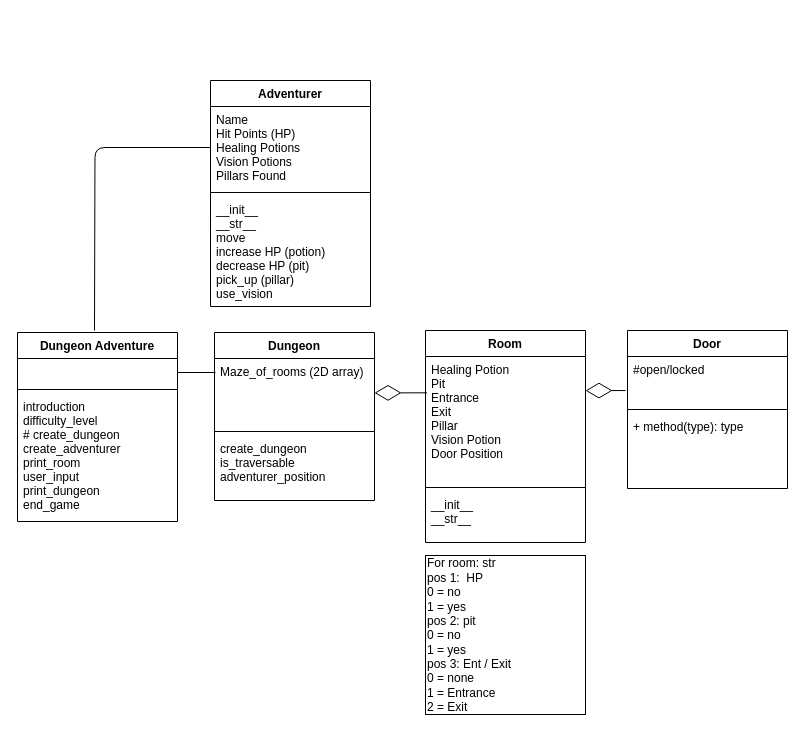
This is Dungeon of Doom.drawio from jstocks/dungeon, a draw.io file, before an edit. Source tidied: cells renumbered, new cells numbered last; positions are measured from the earlier drawing's top-left corner, leaving out a move shared by most shapes. Both pictures are drawn from the tidied source at 100%, with x=0, y=0 at pixel (17, 80).
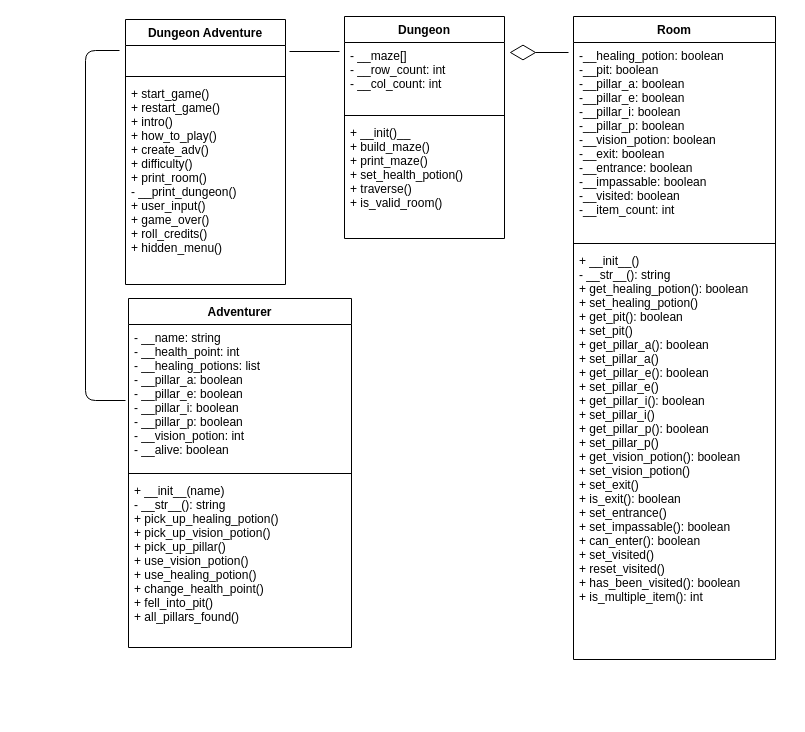
The same diagram, later.

What changed in the source:
```diff
@@
-    <mxCell id="2" value="Adventurer" style="swimlane;fontStyle=1;align=center;verticalAlign=top;horizontal=1;startSize=26;" parent="1" vertex="1">
-      <mxGeometry x="193" width="160" height="226" as="geometry" />
-    </mxCell>
-    <mxCell id="3" value="Name&#10;Hit Points (HP)&#10;Healing Potions&#10;Vision Potions&#10;Pillars Found" style="text;strokeColor=none;fillColor=none;align=left;verticalAlign=top;spacingLeft=4;spacingRight=4;overflow=hidden;points=[[0,0.5],[1,0.5]];portConstraint=eastwest;" parent="2" vertex="1">
-      <mxGeometry y="26" width="160" height="82" as="geometry" />
-    </mxCell>
-    <mxCell id="4" style="line;strokeWidth=1;fillColor=none;align=left;verticalAlign=middle;spacingTop=-1;spacingLeft=3;spacingRight=3;labelPosition=right;" parent="2" vertex="1">
-      <mxGeometry y="108" width="160" height="8" as="geometry" />
-    </mxCell>
-    <mxCell id="5" value="__init__&#10;__str__&#10;move&#10;increase HP (potion)&#10;decrease HP (pit)&#10;pick_up (pillar)&#10;use_vision" style="text;strokeColor=none;fillColor=none;align=left;verticalAlign=top;spacingLeft=4;spacingRight=4;overflow=hidden;" parent="2" vertex="1">
-      <mxGeometry y="116" width="160" height="110" as="geometry" />
-    </mxCell>
     <mxCell id="6" value="Room" style="swimlane;fontStyle=1;align=center;verticalAlign=top;horizontal=1;startSize=26;" parent="1" vertex="1">
-      <mxGeometry x="408" y="250" width="160" height="212" as="geometry" />
+      <mxGeometry x="556" y="-64" width="202" height="643" as="geometry" />
     </mxCell>
-    <mxCell id="7" value="Healing Potion &#10;Pit&#10;Entrance&#10;Exit&#10;Pillar&#10;Vision Potion&#10;Door Position" style="text;strokeColor=none;fillColor=none;align=left;verticalAlign=top;spacingLeft=4;spacingRight=4;overflow=hidden;points=[[0,0.5],[1,0.5]];portConstraint=eastwest;" parent="6" vertex="1">
-      <mxGeometry y="26" width="160" height="127" as="geometry" />
+    <mxCell id="7" value="-__healing_potion: boolean&#10;-__pit: boolean&#10;-__pillar_a: boolean&#10;-__pillar_e: boolean&#10;-__pillar_i: boolean&#10;-__pillar_p: boolean&#10;-__vision_potion: boolean&#10;-__exit: boolean&#10;-__entrance: boolean&#10;-__impassable: boolean&#10;-__visited: boolean&#10;-__item_count: int" style="text;strokeColor=none;fillColor=none;align=left;verticalAlign=top;spacingLeft=4;spacingRight=4;overflow=hidden;points=[[0,0.5],[1,0.5]];portConstraint=eastwest;" parent="6" vertex="1">
+      <mxGeometry y="26" width="202" height="197" as="geometry" />
     </mxCell>
     <mxCell id="8" style="line;strokeWidth=1;fillColor=none;align=left;verticalAlign=middle;spacingTop=-1;spacingLeft=3;spacingRight=3;labelPosition=right;" parent="6" vertex="1">
-      <mxGeometry y="153" width="160" height="8" as="geometry" />
+      <mxGeometry y="223" width="202" height="8" as="geometry" />
     </mxCell>
-    <mxCell id="9" value="__init__&#10;__str__&#10;" style="text;strokeColor=none;fillColor=none;align=left;verticalAlign=top;spacingLeft=4;spacingRight=4;overflow=hidden;" parent="6" vertex="1">
-      <mxGeometry y="161" width="160" height="51" as="geometry" />
+    <mxCell id="9" value="+ __init__()&#10;- __str__(): string&#10;+ get_healing_potion(): boolean&#10;+ set_healing_potion()&#10;+ get_pit(): boolean&#10;+ set_pit()&#10;+ get_pillar_a(): boolean&#10;+ set_pillar_a()&#10;+ get_pillar_e(): boolean&#10;+ set_pillar_e()&#10;+ get_pillar_i(): boolean&#10;+ set_pillar_i()&#10;+ get_pillar_p(): boolean&#10;+ set_pillar_p()&#10;+ get_vision_potion(): boolean&#10;+ set_vision_potion()&#10;+ set_exit()&#10;+ is_exit(): boolean&#10;+ set_entrance()&#10;+ set_impassable(): boolean&#10;+ can_enter(): boolean&#10;+ set_visited()&#10;+ reset_visited()&#10;+ has_been_visited(): boolean&#10;+ is_multiple_item(): int&#10;&#10;&#10;&#10;" style="text;strokeColor=none;fillColor=none;align=left;verticalAlign=top;spacingLeft=4;spacingRight=4;overflow=hidden;" parent="6" vertex="1">
+      <mxGeometry y="231" width="202" height="412" as="geometry" />
     </mxCell>
     <mxCell id="10" value="Dungeon" style="swimlane;fontStyle=1;align=center;verticalAlign=top;horizontal=1;startSize=26;" parent="1" vertex="1">
-      <mxGeometry x="197" y="252" width="160" height="168" as="geometry" />
+      <mxGeometry x="327" y="-64" width="160" height="222" as="geometry" />
     </mxCell>
-    <mxCell id="11" value="Maze_of_rooms (2D array)&#10;&#10;" style="text;strokeColor=none;fillColor=none;align=left;verticalAlign=top;spacingLeft=4;spacingRight=4;overflow=hidden;points=[[0,0.5],[1,0.5]];portConstraint=eastwest;" parent="10" vertex="1">
+    <mxCell id="11" value="- __maze[]&#10;- __row_count: int&#10;- __col_count: int" style="text;strokeColor=none;fillColor=none;align=left;verticalAlign=top;spacingLeft=4;spacingRight=4;overflow=hidden;points=[[0,0.5],[1,0.5]];portConstraint=eastwest;" parent="10" vertex="1">
       <mxGeometry y="26" width="160" height="69" as="geometry" />
     </mxCell>
@@
-    <mxCell id="13" value="create_dungeon&#10;is_traversable&#10;adventurer_position&#10;&#10;" style="text;strokeColor=none;fillColor=none;align=left;verticalAlign=top;spacingLeft=4;spacingRight=4;overflow=hidden;" parent="10" vertex="1">
-      <mxGeometry y="103" width="160" height="65" as="geometry" />
+    <mxCell id="13" value="+ __init()__&#10;+ build_maze()&#10;+ print_maze()&#10;+ set_health_potion()&#10;+ traverse()&#10;+ is_valid_room()&#10;" style="text;strokeColor=none;fillColor=none;align=left;verticalAlign=top;spacingLeft=4;spacingRight=4;overflow=hidden;" parent="10" vertex="1">
+      <mxGeometry y="103" width="160" height="119" as="geometry" />
     </mxCell>
     <mxCell id="14" value="Dungeon Adventure" style="swimlane;fontStyle=1;align=center;verticalAlign=top;horizontal=1;startSize=26;" parent="1" vertex="1">
-      <mxGeometry y="252" width="160" height="189" as="geometry" />
+      <mxGeometry x="108" y="-61" width="160" height="265" as="geometry" />
     </mxCell>
@@
-    <mxCell id="17" value="introduction&#10;difficulty_level&#10;# create_dungeon&#10;create_adventurer&#10;print_room&#10;user_input&#10;print_dungeon&#10;end_game&#10;&#10;" style="text;strokeColor=none;fillColor=none;align=left;verticalAlign=top;spacingLeft=4;spacingRight=4;overflow=hidden;" parent="14" vertex="1">
-      <mxGeometry y="61" width="160" height="128" as="geometry" />
+    <mxCell id="17" value="+ start_game()&#10;+ restart_game()&#10;+ intro()&#10;+ how_to_play()&#10;+ create_adv()&#10;+ difficulty()&#10;+ print_room()&#10;- __print_dungeon()&#10;+ user_input()&#10;+ game_over()&#10;+ roll_credits()&#10;+ hidden_menu()&#10;&#10;" style="text;strokeColor=none;fillColor=none;align=left;verticalAlign=top;spacingLeft=4;spacingRight=4;overflow=hidden;" parent="14" vertex="1">
+      <mxGeometry y="61" width="160" height="204" as="geometry" />
     </mxCell>
-    <mxCell id="18" style="endArrow=diamondThin;endFill=0;endSize=24;html=1;exitX=0.009;exitY=0.286;exitDx=0;exitDy=0;exitPerimeter=0;" parent="1" edge="1" source="7" target="11">
-      <mxGeometry relative="1" as="geometry" />
-    </mxCell>
-    <mxCell id="19" style="endArrow=none;html=1;" parent="1" edge="1">
-      <mxGeometry relative="1" as="geometry">
-        <mxPoint x="198" y="292" as="sourcePoint" />
-        <mxPoint x="160" y="292" as="targetPoint" />
-      </mxGeometry>
-    </mxCell>
-    <mxCell id="20" style="endArrow=none;html=1;exitX=0;exitY=0.5;exitDx=0;exitDy=0;edgeStyle=orthogonalEdgeStyle;" parent="1" edge="1" source="3">
+    <mxCell id="20" style="endArrow=none;html=1;edgeStyle=orthogonalEdgeStyle;" parent="1" edge="1">
       <mxGeometry relative="1" as="geometry">
-        <mxPoint x="77" y="250" as="targetPoint" />
+        <mxPoint x="108" y="320" as="sourcePoint" />
+        <mxPoint x="102" y="-30" as="targetPoint" />
+        <Array as="points">
+          <mxPoint x="68" y="320" />
+          <mxPoint x="68" y="-30" />
+        </Array>
       </mxGeometry>
     </mxCell>
-    <mxCell id="21" value="For room: str&lt;br&gt;pos 1:&amp;nbsp; HP&lt;br&gt;0 = no&lt;br&gt;1 = yes&lt;br&gt;pos 2: pit&lt;br&gt;0 = no&lt;br&gt;1 = yes&lt;br&gt;pos 3: Ent / Exit&lt;br&gt;0 = none&lt;br&gt;1 = Entrance&lt;br&gt;2 = Exit" style="rounded=0;whiteSpace=wrap;html=1;align=left;" parent="1" vertex="1">
-      <mxGeometry x="408" y="475" width="160" height="159" as="geometry" />
-    </mxCell>
-    <mxCell id="22" value="Door" style="swimlane;fontStyle=1;align=center;verticalAlign=top;horizontal=1;startSize=26;" parent="1" vertex="1">
-      <mxGeometry x="610" y="250" width="160" height="158" as="geometry" />
-    </mxCell>
-    <mxCell id="23" value="#open/locked" style="text;strokeColor=none;fillColor=none;align=left;verticalAlign=top;spacingLeft=4;spacingRight=4;overflow=hidden;points=[[0,0.5],[1,0.5]];portConstraint=eastwest;" parent="22" vertex="1">
-      <mxGeometry y="26" width="160" height="49" as="geometry" />
-    </mxCell>
-    <mxCell id="24" style="line;strokeWidth=1;fillColor=none;align=left;verticalAlign=middle;spacingTop=-1;spacingLeft=3;spacingRight=3;labelPosition=right;" parent="22" vertex="1">
-      <mxGeometry y="75" width="160" height="8" as="geometry" />
-    </mxCell>
-    <mxCell id="25" value="+ method(type): type" style="text;strokeColor=none;fillColor=none;align=left;verticalAlign=top;spacingLeft=4;spacingRight=4;overflow=hidden;" parent="22" vertex="1">
-      <mxGeometry y="83" width="160" height="75" as="geometry" />
-    </mxCell>
-    <mxCell id="26" style="endArrow=diamondThin;endFill=0;endSize=24;html=1;exitX=-0.012;exitY=0.695;exitDx=0;exitDy=0;exitPerimeter=0;" parent="1" edge="1" source="23">
-      <mxGeometry relative="1" as="geometry">
-        <mxPoint x="568" y="310.1" as="targetPoint" />
-      </mxGeometry>
-    </mxCell>
+    <mxCell id="2" value="Adventurer" style="swimlane;fontStyle=1;align=center;verticalAlign=top;horizontal=1;startSize=26;" parent="1" vertex="1">
+      <mxGeometry x="111" y="218" width="223" height="349" as="geometry" />
+    </mxCell>
+    <mxCell id="3" value="- __name: string&#10;- __health_point: int&#10;- __healing_potions: list&#10;- __pillar_a: boolean&#10;- __pillar_e: boolean&#10;- __pillar_i: boolean&#10;- __pillar_p: boolean&#10;- __vision_potion: int&#10;- __alive: boolean" style="text;strokeColor=none;fillColor=none;align=left;verticalAlign=top;spacingLeft=4;spacingRight=4;overflow=hidden;points=[[0,0.5],[1,0.5]];portConstraint=eastwest;" parent="2" vertex="1">
+      <mxGeometry y="26" width="223" height="145" as="geometry" />
+    </mxCell>
+    <mxCell id="4" style="line;strokeWidth=1;fillColor=none;align=left;verticalAlign=middle;spacingTop=-1;spacingLeft=3;spacingRight=3;labelPosition=right;" parent="2" vertex="1">
+      <mxGeometry y="171" width="223" height="8" as="geometry" />
+    </mxCell>
+    <mxCell id="5" value="+ __init__(name)&#10;- __str__(): string&#10;+ pick_up_healing_potion()&#10;+ pick_up_vision_potion()&#10;+ pick_up_pillar()&#10;+ use_vision_potion()&#10;+ use_healing_potion()&#10;+ change_health_point()&#10;+ fell_into_pit()&#10;+ all_pillars_found()&#10;" style="text;strokeColor=none;fillColor=none;align=left;verticalAlign=top;spacingLeft=4;spacingRight=4;overflow=hidden;" parent="2" vertex="1">
+      <mxGeometry y="179" width="223" height="170" as="geometry" />
+    </mxCell>
+    <mxCell id="27" style="endArrow=none;html=1;" parent="1" edge="1">
+      <mxGeometry relative="1" as="geometry">
+        <mxPoint x="272" y="-29" as="sourcePoint" />
+        <mxPoint x="322" y="-29" as="targetPoint" />
+      </mxGeometry>
+    </mxCell>
+    <mxCell id="28" style="endArrow=diamondThin;endFill=0;endSize=24;html=1;" parent="1" edge="1">
+      <mxGeometry relative="1" as="geometry">
+        <mxPoint x="551" y="-28" as="sourcePoint" />
+        <mxPoint x="492" y="-28" as="targetPoint" />
+      </mxGeometry>
+    </mxCell>
```
